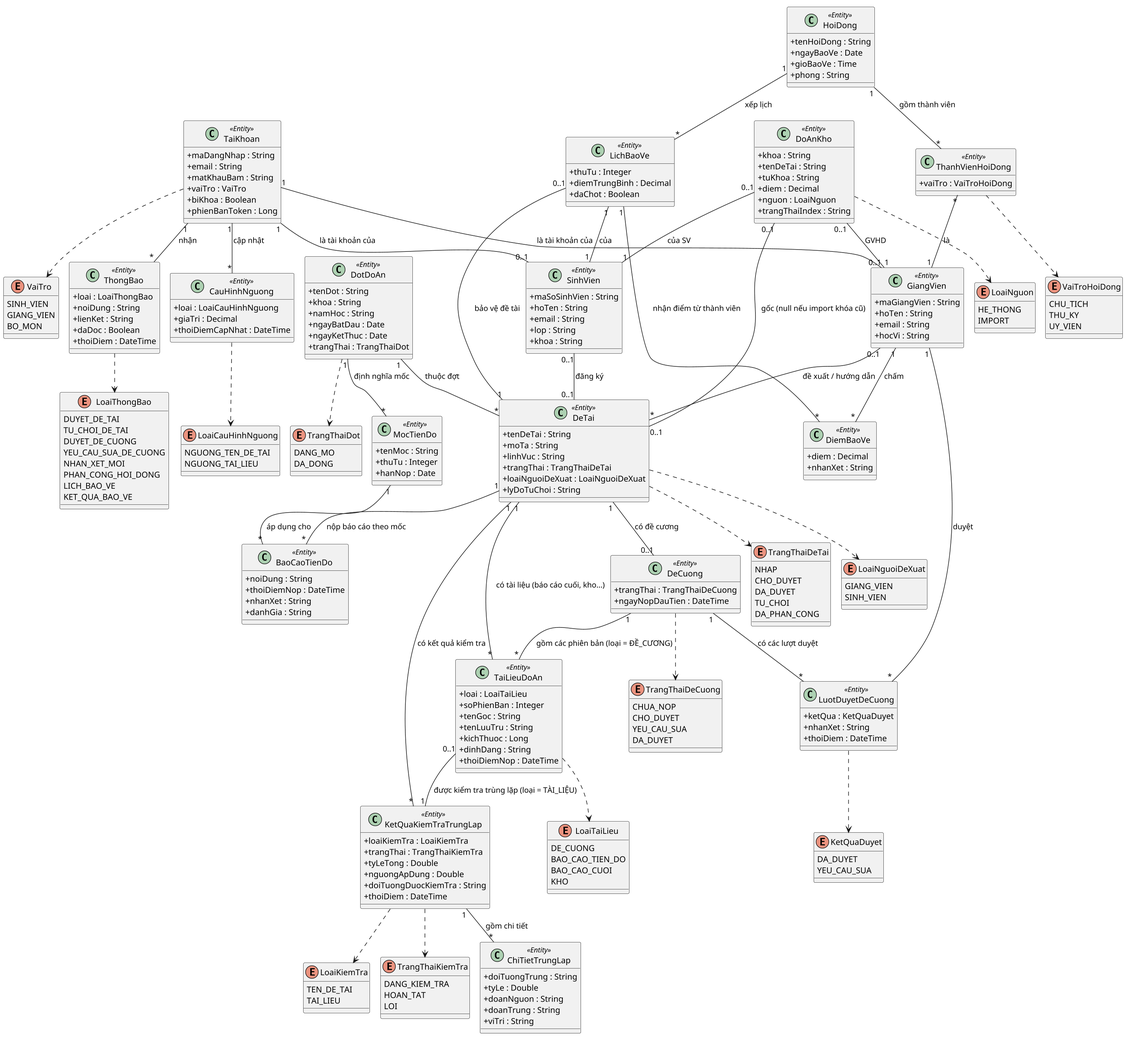
Before: docs/chuong-3-thiet-ke/so-do-lop/lop-thuc-the.png, a diagram exported from PlantUML (dtc235200036-alt/ICTU-DATN-NguyenThiMaiAnh).
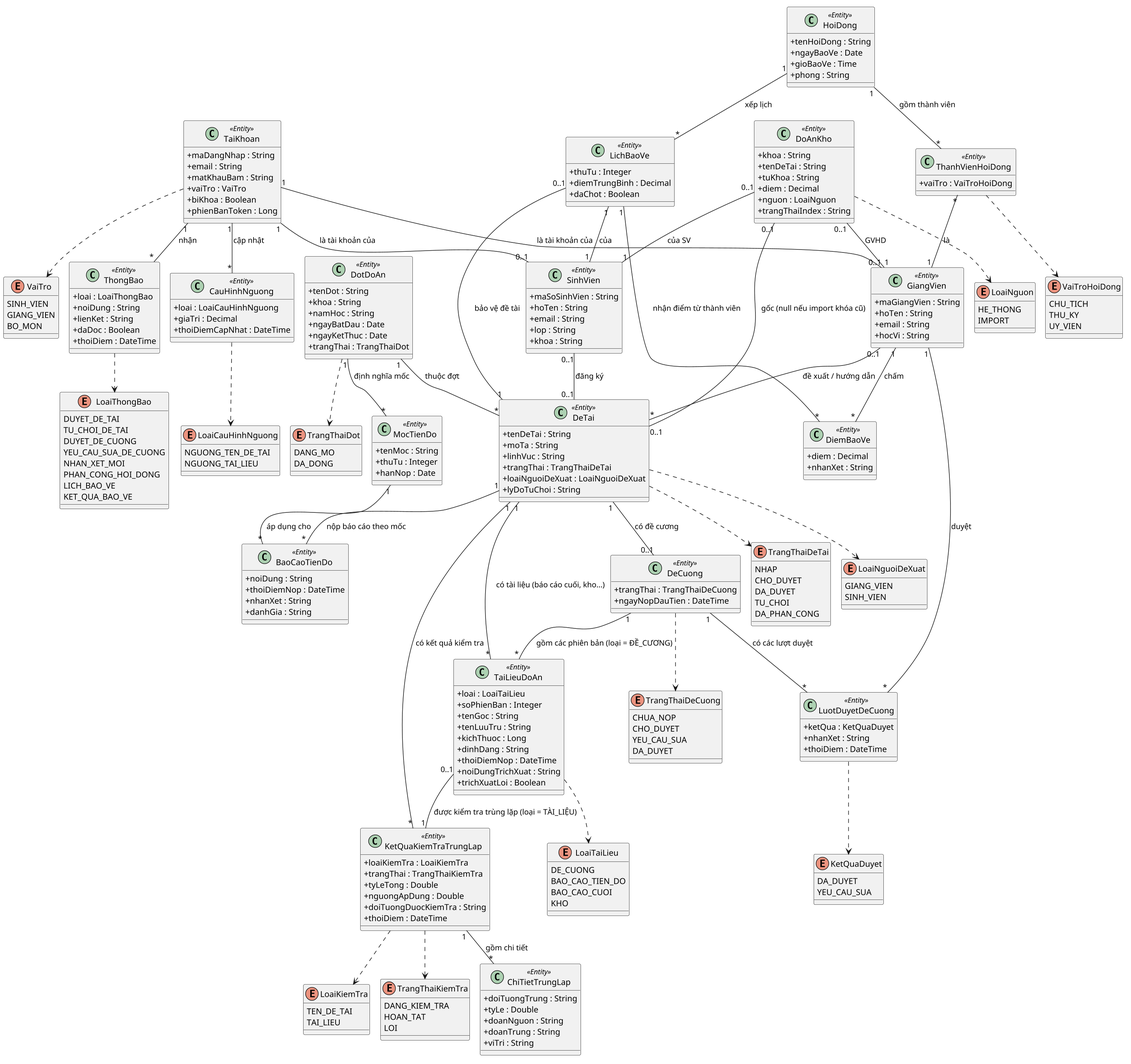
After the commit.

The edit, as a diff of the source:
```diff
@@ -165,6 +165,8 @@
   +kichThuoc : Long
   +dinhDang : String
   +thoiDiemNop : DateTime
+  +noiDungTrichXuat : String
+  +trichXuatLoi : Boolean
 }
 
 class LuotDuyetDeCuong <<Entity>> {
```
